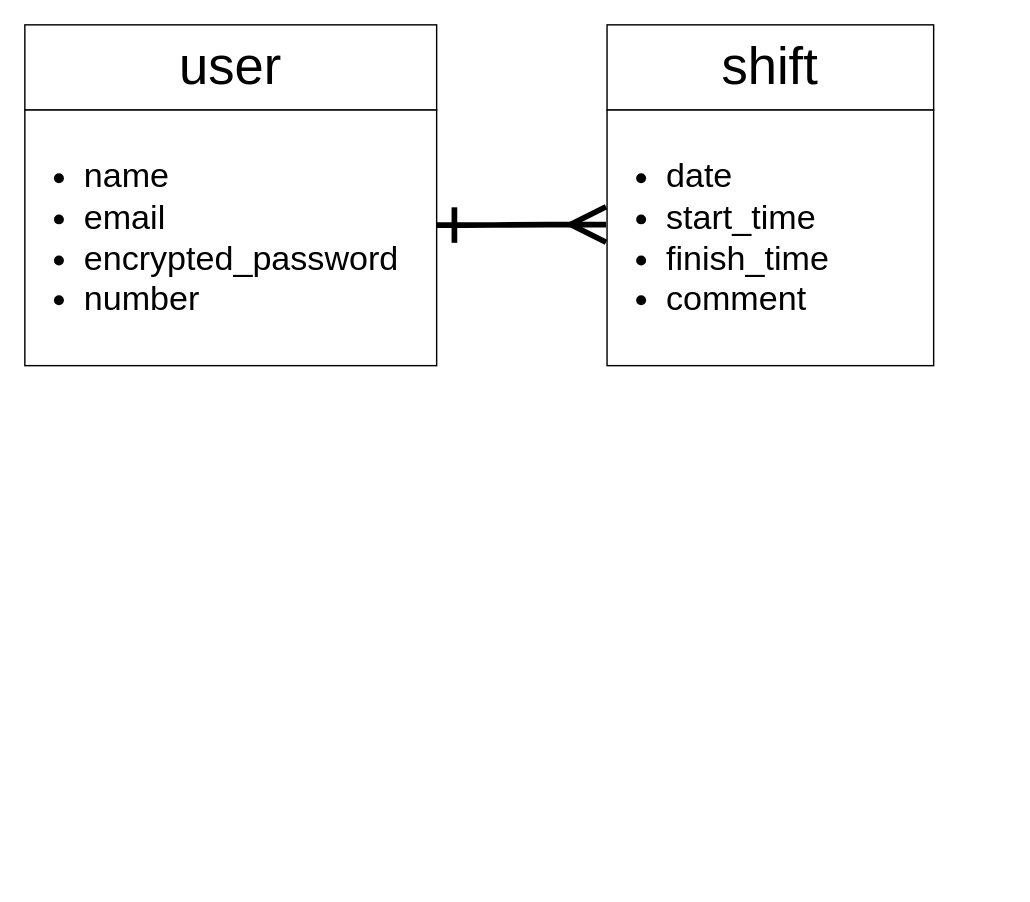
This is ER.dio from shuto012/shift-app, a draw.io file, before an edit. Source tidied: cells renumbered, new cells numbered last; positions are measured from the earlier drawing's top-left corner, leaving out a move shared by most shapes. Both pictures are drawn from the tidied source at 142%, with x=0, y=0 at pixel (24, 24).
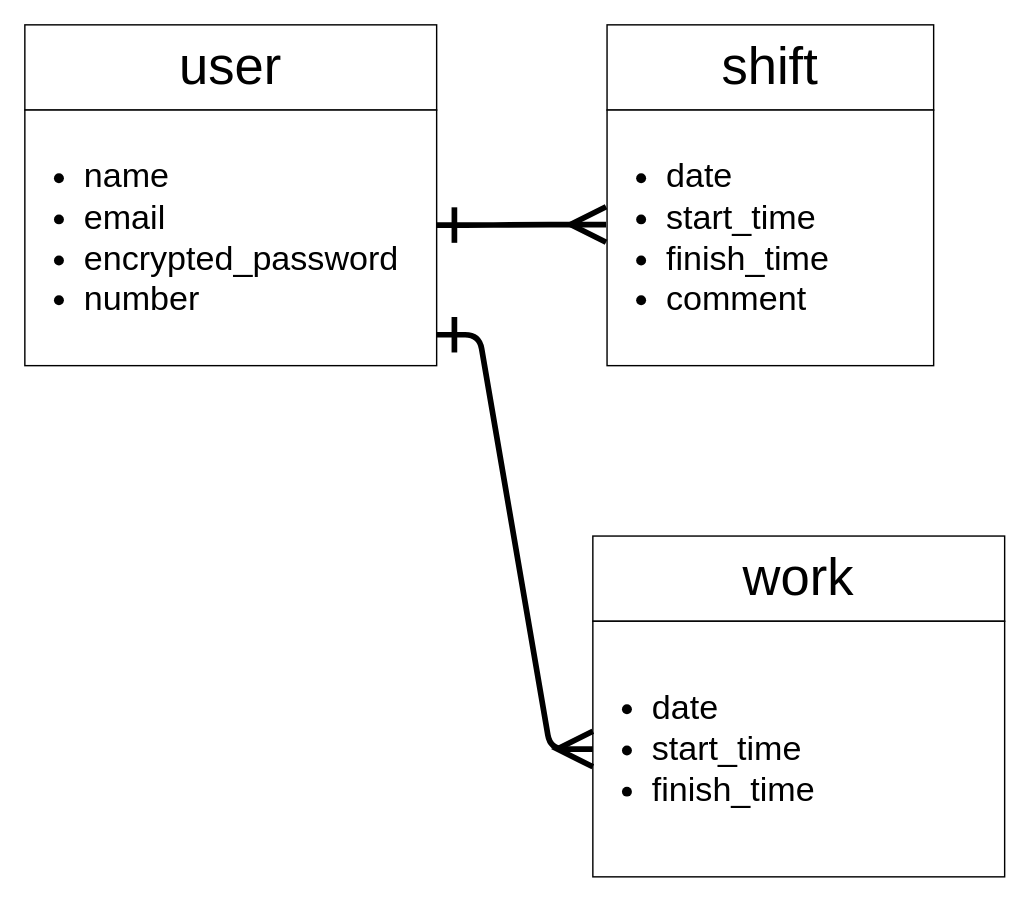
After the change.

What changed in the source:
```diff
@@
 <mxGraphModel>
   <root>
     <mxCell id="0" />
     <mxCell id="1" parent="0" />
     <mxCell id="2" value="&lt;font style=&quot;font-size: 37px&quot;&gt;user&lt;/font&gt;" style="whiteSpace=wrap;html=1;" parent="1" vertex="1">
       <mxGeometry width="290" height="60" as="geometry" />
     </mxCell>
     <mxCell id="3" value="&lt;div&gt;&lt;ul&gt;&lt;li&gt;name&lt;/li&gt;&lt;li&gt;email&lt;/li&gt;&lt;li&gt;encrypted_password&lt;/li&gt;&lt;li&gt;number&lt;/li&gt;&lt;/ul&gt;&lt;/div&gt;" style="whiteSpace=wrap;html=1;fontSize=24;align=left;" parent="1" vertex="1">
       <mxGeometry y="60" width="290" height="180" as="geometry" />
     </mxCell>
     <mxCell id="4" value="shift" style="whiteSpace=wrap;html=1;fontSize=37;" parent="1" vertex="1">
       <mxGeometry x="410" width="230" height="60" as="geometry" />
     </mxCell>
     <mxCell id="5" value="&lt;ul style=&quot;font-size: 24px&quot;&gt;&lt;li&gt;date&lt;/li&gt;&lt;li&gt;start_time&lt;/li&gt;&lt;li&gt;finish_time&lt;/li&gt;&lt;li&gt;comment&lt;/li&gt;&lt;/ul&gt;" style="whiteSpace=wrap;html=1;fontSize=37;align=left;" parent="1" vertex="1">
       <mxGeometry x="410" y="60" width="230" height="180" as="geometry" />
     </mxCell>
     <mxCell id="6" style="edgeStyle=entityRelationEdgeStyle;fontSize=12;html=1;endArrow=ERmany;endFill=0;entryX=-0.003;entryY=0.448;entryDx=0;entryDy=0;entryPerimeter=0;endSize=20;startArrow=ERone;startFill=0;startSize=20;strokeWidth=4;" parent="1" edge="1" target="5">
       <mxGeometry relative="1" as="geometry">
         <mxPoint x="290" y="141" as="sourcePoint" />
       </mxGeometry>
     </mxCell>
+    <mxCell id="7" value="&lt;span style=&quot;font-size: 37px;&quot;&gt;work&lt;/span&gt;" style="whiteSpace=wrap;html=1;" parent="1" vertex="1">
+      <mxGeometry x="400" y="360" width="290" height="60" as="geometry" />
+    </mxCell>
+    <mxCell id="8" value="&lt;ul&gt;&lt;li&gt;date&lt;/li&gt;&lt;li&gt;start_time&lt;/li&gt;&lt;li&gt;finish_time&lt;/li&gt;&lt;/ul&gt;" style="whiteSpace=wrap;html=1;fontSize=24;align=left;" parent="1" vertex="1">
+      <mxGeometry x="400" y="420" width="290" height="180" as="geometry" />
+    </mxCell>
+    <mxCell id="9" style="edgeStyle=entityRelationEdgeStyle;fontSize=12;html=1;endArrow=ERmany;endFill=0;endSize=20;startArrow=ERone;startFill=0;startSize=20;strokeWidth=4;entryX=0;entryY=0.5;entryDx=0;entryDy=0;exitX=1;exitY=0.879;exitDx=0;exitDy=0;exitPerimeter=0;" parent="1" edge="1" source="3" target="8">
+      <mxGeometry relative="1" as="geometry" />
+    </mxCell>
   </root>
 </mxGraphModel>
```
